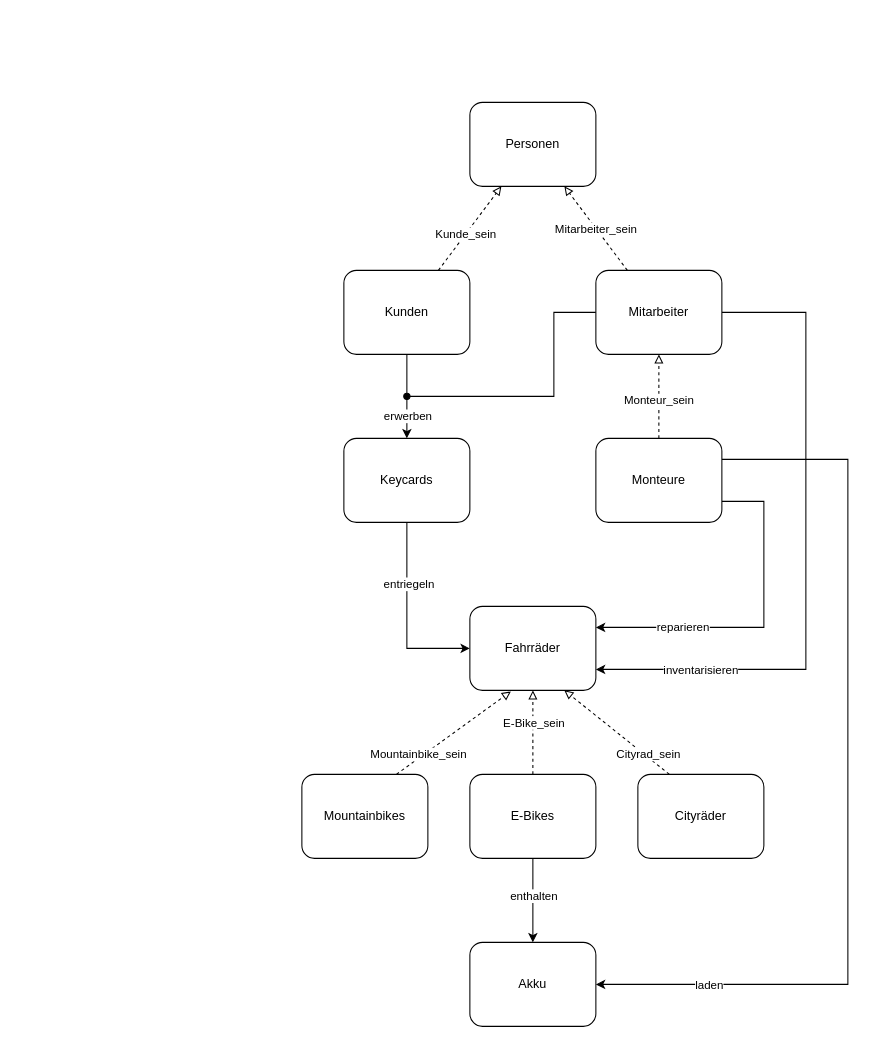
Before: Fahrradverleih.drawio in tobiasenger/zeichnungen, a draw.io diagram. Source tidied: cells renumbered, new cells numbered last; positions are measured from the earlier drawing's top-left corner, leaving out a move shared by most shapes. Both pictures are drawn from the tidied source at 105%, with x=0, y=0 at pixel (301, 102).
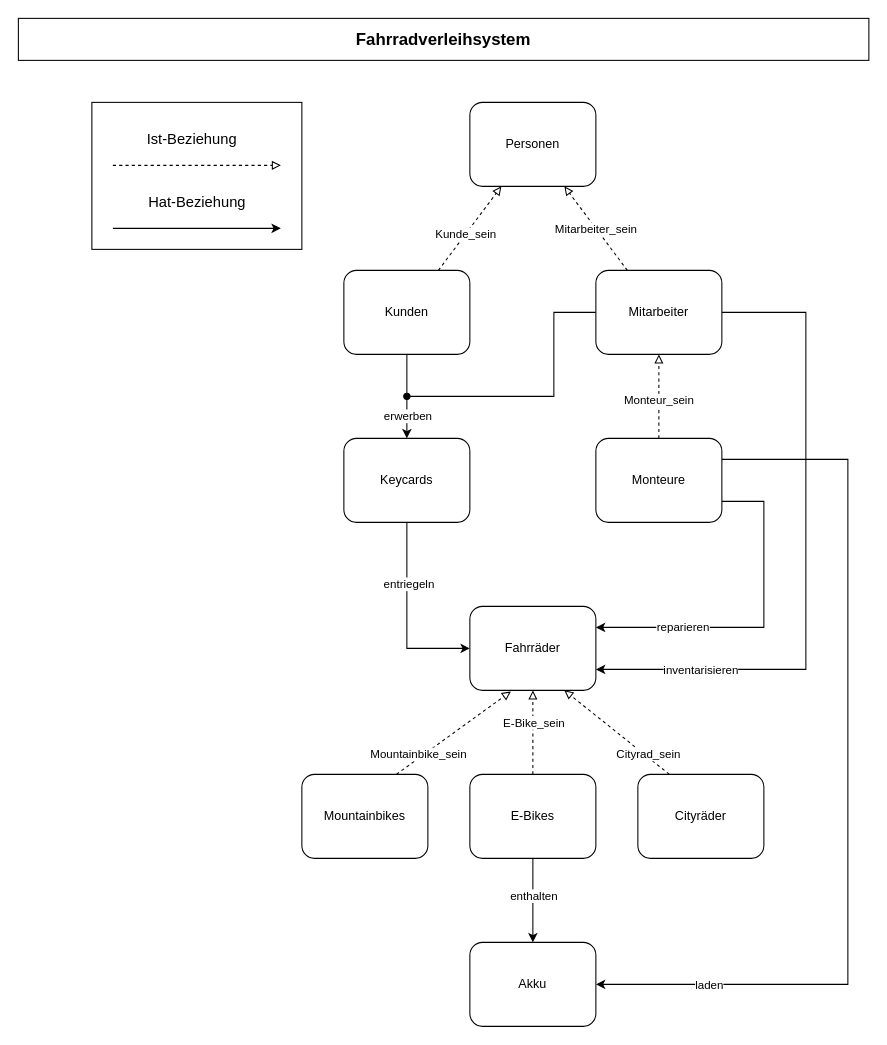
The same diagram, later.

The edit, as a diff of the source:
```diff
@@
+    <mxCell id="37" style="rounded=0;whiteSpace=wrap;html=1;" parent="1" vertex="1">
+      <mxGeometry x="-200" width="200" height="140" as="geometry" />
+    </mxCell>
@@
+    <mxCell id="38" value="&lt;font style=&quot;font-size: 16px;&quot;&gt;&lt;b&gt;Fahrradverleihsystem&lt;/b&gt;&lt;/font&gt;" style="rounded=0;whiteSpace=wrap;html=1;" parent="1" vertex="1">
+      <mxGeometry x="-270" y="-80" width="810" height="40" as="geometry" />
+    </mxCell>
+    <mxCell id="39" style="endArrow=block;html=1;rounded=0;dashed=1;endFill=0;" parent="1" edge="1">
+      <mxGeometry relative="1" as="geometry">
+        <mxPoint x="-180" y="60" as="sourcePoint" />
+        <mxPoint x="-20" y="60" as="targetPoint" />
+      </mxGeometry>
+    </mxCell>
+    <mxCell id="40" style="endArrow=classic;html=1;rounded=0;" parent="1" edge="1">
+      <mxGeometry relative="1" as="geometry">
+        <mxPoint x="-180" y="120" as="sourcePoint" />
+        <mxPoint x="-20" y="120" as="targetPoint" />
+      </mxGeometry>
+    </mxCell>
+    <mxCell id="41" value="&lt;font style=&quot;font-size: 14px;&quot;&gt;Ist-Beziehung&lt;/font&gt;" style="text;html=1;align=center;verticalAlign=middle;strokeColor=none;fillColor=none;" parent="1" vertex="1">
+      <mxGeometry x="-160" y="20" width="110" height="30" as="geometry" />
+    </mxCell>
+    <mxCell id="42" value="&lt;font style=&quot;font-size: 14px;&quot;&gt;Hat-Beziehung&lt;/font&gt;" style="text;html=1;align=center;verticalAlign=middle;strokeColor=none;fillColor=none;" parent="1" vertex="1">
+      <mxGeometry x="-160" y="80" width="120" height="30" as="geometry" />
+    </mxCell>
```
